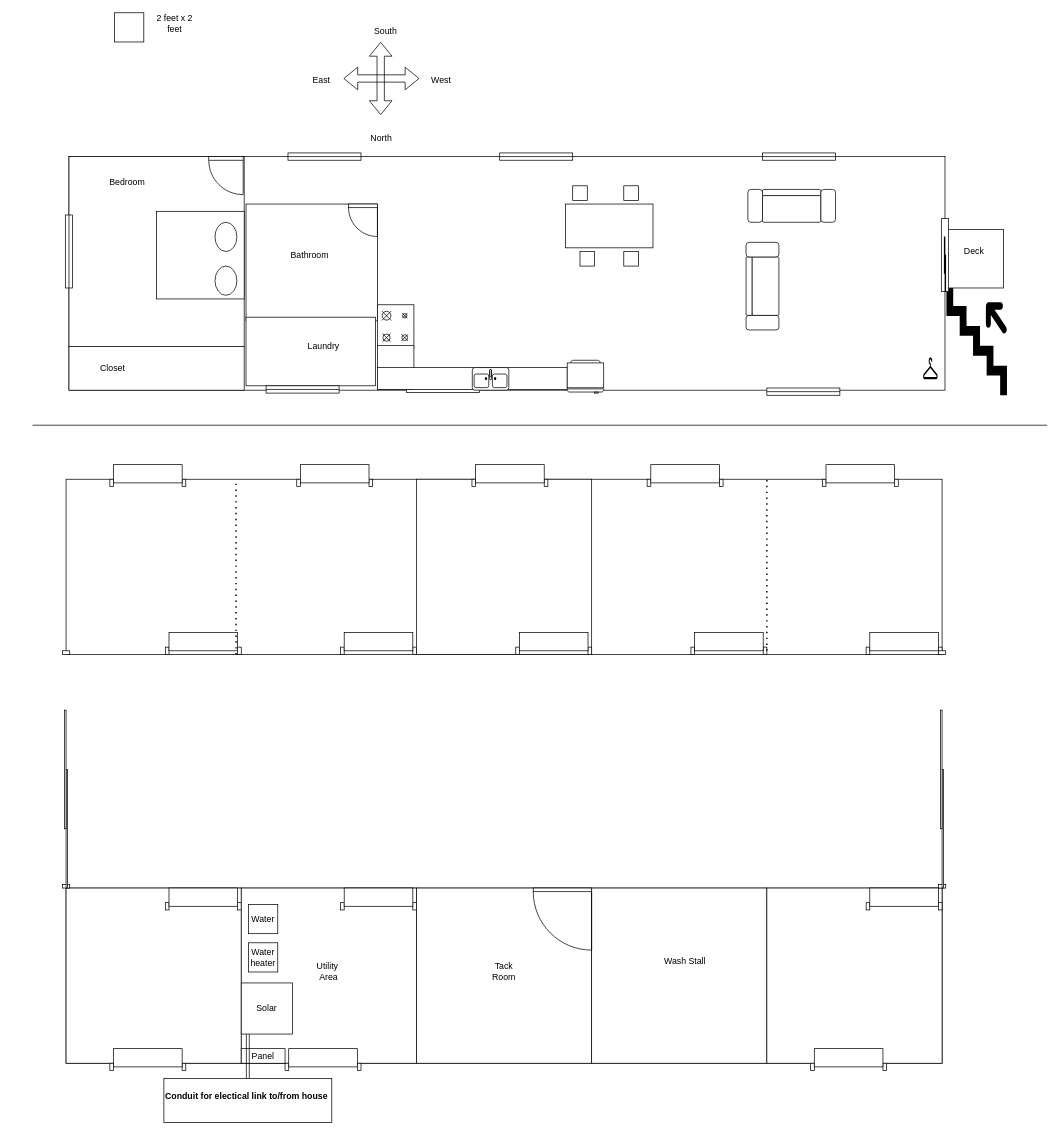
dangol/barn keeps this draw.io diagram as barn.drawio. Above is the earlier version. Source tidied: cells renumbered, new cells numbered last; positions are measured from the earlier drawing's top-left corner, leaving out a move shared by most shapes. Both pictures are drawn from the tidied source at 73%, with x=0, y=0 at pixel (-53, 12).
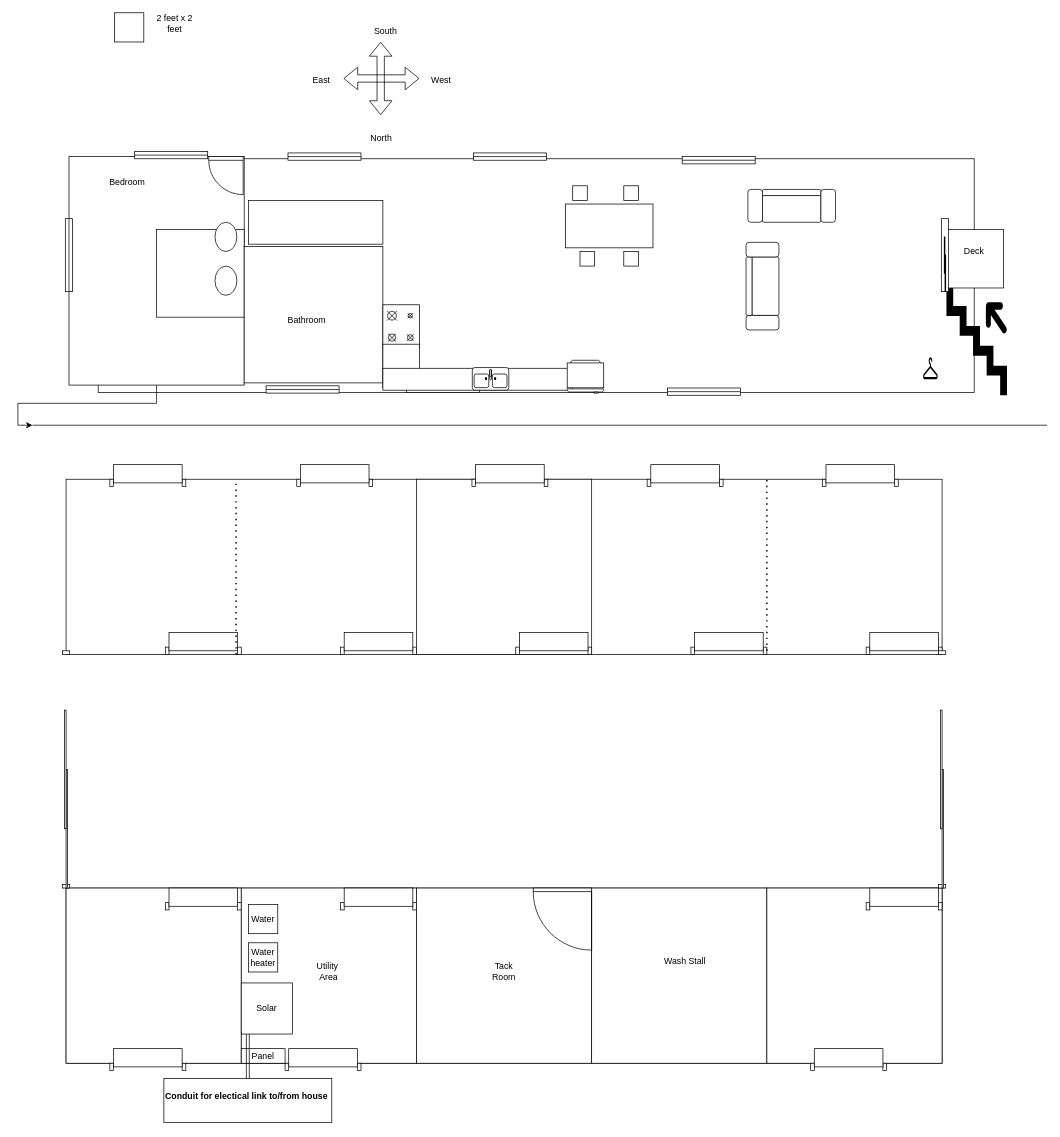
The same page after the edit.

The change refers to these unchanged cells:
```xml
<mxCell id="84" style="line;strokeWidth=1;dashed=0;labelPosition=right;align=left;verticalAlign=middle;spacingTop=0;spacingLeft=6;points=[];portConstraint=eastwest;" parent="1" vertex="1">
  <mxGeometry x="116" y="560" width="1390" height="10" as="geometry" />
</mxCell>
```

The edit, as a diff of the source:
```diff
@@
     <mxCell id="2" style="rounded=0;whiteSpace=wrap;html=1;" parent="1" vertex="1">
-      <mxGeometry x="166" y="197" width="1200" height="320" as="geometry" />
+      <mxGeometry x="206" y="200" width="1200" height="320" as="geometry" />
     </mxCell>
+    <mxCell id="87" style="edgeStyle=orthogonalEdgeStyle;rounded=0;jettySize=auto;html=1;" parent="1" edge="1" source="3" target="84">
+      <mxGeometry relative="1" as="geometry" />
+    </mxCell>
     <mxCell id="3" style="rounded=0;whiteSpace=wrap;html=1;" parent="1" vertex="1">
-      <mxGeometry x="166" y="197" width="240" height="260" as="geometry" />
+      <mxGeometry x="166" y="197" width="240" height="313" as="geometry" />
     </mxCell>
-    <mxCell id="4" style="rounded=0;whiteSpace=wrap;html=1;" parent="1" vertex="1">
-      <mxGeometry x="166" y="457" width="240" height="60" as="geometry" />
-    </mxCell>
-    <mxCell id="5" value="Closet" style="text;html=1;align=center;verticalAlign=middle;whiteSpace=wrap;rounded=0;" parent="1" vertex="1">
-      <mxGeometry x="196" y="472" width="60" height="30" as="geometry" />
-    </mxCell>
@@
     <mxCell id="7" style="whiteSpace=wrap;html=1;" parent="1" vertex="1">
-      <mxGeometry x="286" y="272" width="120" height="120" as="geometry" />
+      <mxGeometry x="286" y="297" width="120" height="120" as="geometry" />
     </mxCell>
@@
     <mxCell id="10" style="rounded=0;whiteSpace=wrap;html=1;" parent="1" vertex="1">
-      <mxGeometry x="408.5" y="262" width="180" height="160" as="geometry" />
+      <mxGeometry x="406" y="320" width="190" height="187" as="geometry" />
     </mxCell>
-    <mxCell id="11" style="rounded=0;whiteSpace=wrap;html=1;" parent="1" vertex="1">
-      <mxGeometry x="408.5" y="417" width="177.5" height="94" as="geometry" />
-    </mxCell>
     <mxCell id="12" value="Bathroom" style="text;html=1;align=center;verticalAlign=middle;whiteSpace=wrap;rounded=0;" parent="1" vertex="1">
-      <mxGeometry x="466" y="317" width="60" height="30" as="geometry" />
+      <mxGeometry x="462.2" y="407" width="60" height="30" as="geometry" />
     </mxCell>
-    <mxCell id="13" value="Laundry" style="text;html=1;align=center;verticalAlign=middle;whiteSpace=wrap;rounded=0;" parent="1" vertex="1">
-      <mxGeometry x="484.5" y="442" width="60" height="30" as="geometry" />
-    </mxCell>
@@
     <mxCell id="20" style="verticalLabelPosition=bottom;html=1;verticalAlign=top;align=center;shape=mxgraph.floorplan.window;rotation=-90;" parent="1" vertex="1">
-      <mxGeometry x="116" y="322" width="100" height="10" as="geometry" />
+      <mxGeometry x="116" y="327" width="100" height="10" as="geometry" />
     </mxCell>
     <mxCell id="21" style="verticalLabelPosition=bottom;html=1;verticalAlign=top;align=center;shape=mxgraph.floorplan.window;" parent="1" vertex="1">
-      <mxGeometry x="756" y="192" width="100" height="10" as="geometry" />
+      <mxGeometry x="720" y="192" width="100" height="10" as="geometry" />
     </mxCell>
@@
     <mxCell id="24" style="verticalLabelPosition=bottom;html=1;verticalAlign=top;align=center;shape=mxgraph.floorplan.window;" parent="1" vertex="1">
-      <mxGeometry x="1122" y="514" width="100" height="10" as="geometry" />
+      <mxGeometry x="986" y="514" width="100" height="10" as="geometry" />
     </mxCell>
     <mxCell id="25" style="verticalLabelPosition=bottom;html=1;verticalAlign=top;align=center;shape=mxgraph.floorplan.window;" parent="1" vertex="1">
-      <mxGeometry x="1116" y="192" width="100" height="10" as="geometry" />
+      <mxGeometry x="1006" y="197" width="100" height="10" as="geometry" />
     </mxCell>
@@
     <mxCell id="27" style="verticalLabelPosition=bottom;html=1;verticalAlign=top;align=center;shape=mxgraph.floorplan.range_1;" parent="1" vertex="1">
-      <mxGeometry x="588.5" y="400" width="50" height="62" as="geometry" />
+      <mxGeometry x="596" y="400" width="50" height="62" as="geometry" />
     </mxCell>
     <mxCell id="28" style="rounded=0;whiteSpace=wrap;html=1;" parent="1" vertex="1">
-      <mxGeometry x="588.5" y="456" width="50" height="60" as="geometry" />
+      <mxGeometry x="596" y="454" width="50" height="60" as="geometry" />
     </mxCell>
     <mxCell id="29" style="rounded=0;whiteSpace=wrap;html=1;" parent="1" vertex="1">
-      <mxGeometry x="588.5" y="486" width="260" height="30" as="geometry" />
+      <mxGeometry x="596" y="487" width="260" height="30" as="geometry" />
     </mxCell>
@@
-    <mxCell id="81" style="verticalLabelPosition=bottom;html=1;verticalAlign=top;align=center;shape=mxgraph.floorplan.doorRight;" parent="1" vertex="1">
-      <mxGeometry x="549" y="262" width="39.5" height="42" as="geometry" />
-    </mxCell>
@@
+    <mxCell id="88" style="rounded=0;whiteSpace=wrap;html=1;" parent="1" vertex="1">
+      <mxGeometry x="412" y="257" width="184" height="60" as="geometry" />
+    </mxCell>
+    <mxCell id="89" style="verticalLabelPosition=bottom;html=1;verticalAlign=top;align=center;shape=mxgraph.floorplan.window;" parent="1" vertex="1">
+      <mxGeometry x="256" y="190" width="100" height="10" as="geometry" />
+    </mxCell>
```
